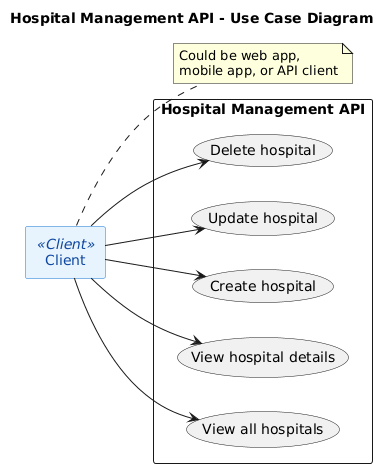
Before: diagrams/use-case.png, a diagram exported from PlantUML (2110503-CEDT68/be-project-68-group4).
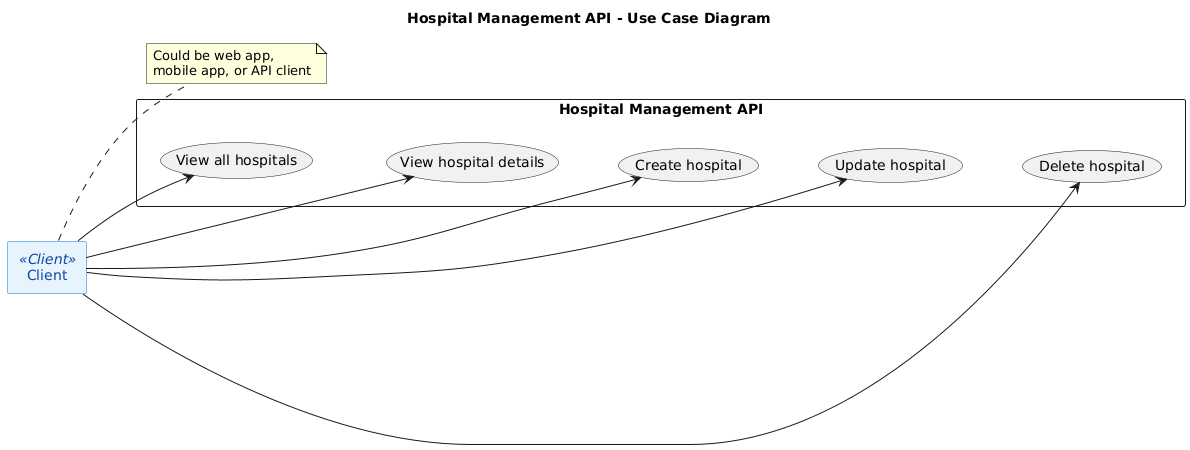
After the change.

Commit message:
Adjust use-case diagram to horizontal layout

Made-with: Cursor

Change to the diagram source:
```diff
@@ -12,11 +12,13 @@
 rectangle "Client" as Client <<Client>>
 
 rectangle "Hospital Management API" {
-  usecase "View all hospitals" as UC_GetAll
-  usecase "View hospital details" as UC_GetOne
-  usecase "Create hospital" as UC_Create
-  usecase "Update hospital" as UC_Update
-  usecase "Delete hospital" as UC_Delete
+  together {
+    usecase "View all hospitals" as UC_GetAll
+    usecase "View hospital details" as UC_GetOne
+    usecase "Create hospital" as UC_Create
+    usecase "Update hospital" as UC_Update
+    usecase "Delete hospital" as UC_Delete
+  }
 }
 
 Client --> UC_GetAll
@@ -25,6 +27,11 @@
 Client --> UC_Update
 Client --> UC_Delete
 
+UC_GetAll -[hidden]-> UC_GetOne
+UC_GetOne -[hidden]-> UC_Create
+UC_Create -[hidden]-> UC_Update
+UC_Update -[hidden]-> UC_Delete
+
 note right of Client
   Could be web app,
   mobile app, or API client
```
